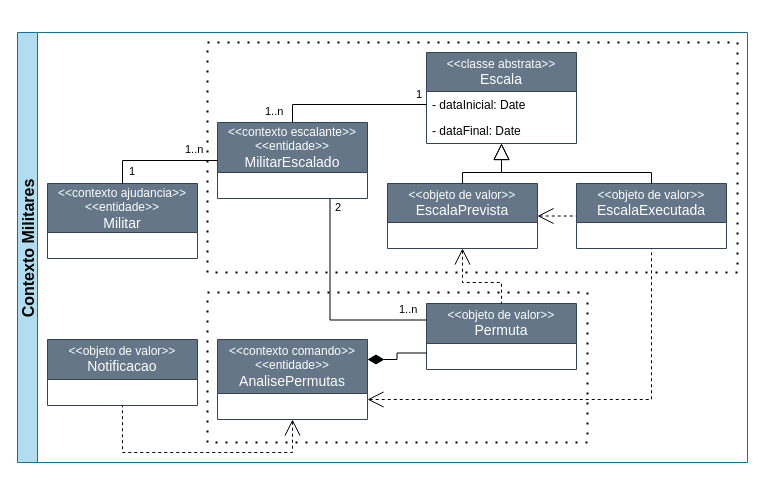
Before: docs/diagramas/drawio/DiagramaUMLMilitares.drawio in joaoAaf/escalante-ddd, a draw.io diagram. Source tidied: cells renumbered, new cells numbered last; positions are measured from the earlier drawing's top-left corner, leaving out a move shared by most shapes. Both pictures are drawn from the tidied source at 100%, with x=0, y=0 at pixel (17, 32).
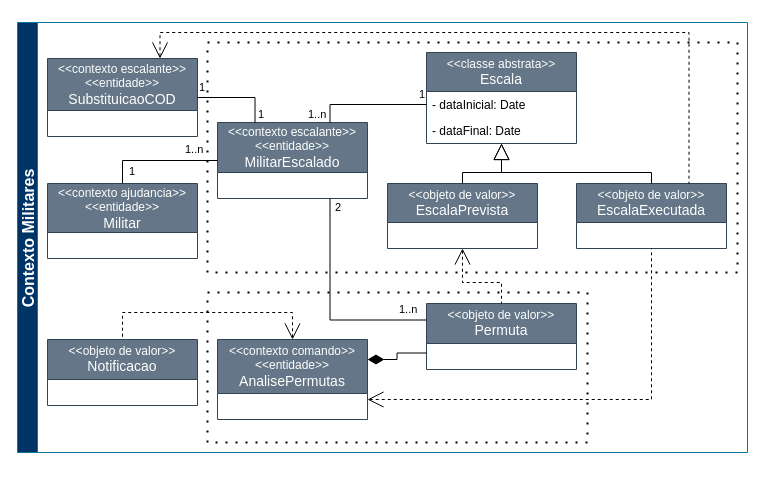
Above is the later version.

The change refers to these unchanged cells:
```xml
<mxCell id="4" value="&lt;div&gt;&lt;div&gt;&lt;div&gt;&amp;lt;&amp;lt;contexto escalante&amp;gt;&amp;gt;&lt;/div&gt;&lt;/div&gt;&lt;/div&gt;&lt;div&gt;&lt;div&gt;&amp;lt;&amp;lt;entidade&amp;gt;&amp;gt;&lt;/div&gt;&lt;/div&gt;&lt;div&gt;&lt;font style=&quot;font-size: 14px;&quot;&gt;MilitarEscalado&lt;/font&gt;&lt;/div&gt;" style="swimlane;fontStyle=0;horizontal=1;startSize=50;fillColor=#647687;whiteSpace=wrap;html=1;fontColor=#ffffff;strokeColor=#314354;" parent="1" vertex="1">
  <mxGeometry x="200" y="90" width="150" height="76" as="geometry" />
</mxCell>
<mxCell id="5" value="&lt;div&gt;&amp;lt;&amp;lt;objeto de valor&amp;gt;&amp;gt;&lt;br&gt;&lt;font style=&quot;font-size: 14px;&quot;&gt;EscalaPrevista&lt;/font&gt;&lt;/div&gt;" style="swimlane;fontStyle=0;horizontal=1;startSize=39;fillColor=#647687;whiteSpace=wrap;html=1;fontColor=#ffffff;strokeColor=#314354;" parent="1" vertex="1">
  <mxGeometry x="370" y="151" width="150" height="65" as="geometry" />
</mxCell>
<mxCell id="11" value="&lt;div&gt;&amp;lt;&amp;lt;objeto de valor&amp;gt;&amp;gt;&lt;br&gt;&lt;font style=&quot;font-size: 14px;&quot;&gt;EscalaExecutada&lt;/font&gt;&lt;/div&gt;" style="swimlane;fontStyle=0;horizontal=1;startSize=39;fillColor=#647687;whiteSpace=wrap;html=1;fontColor=#ffffff;strokeColor=#314354;" parent="1" vertex="1">
  <mxGeometry x="559" y="151" width="150" height="65" as="geometry" />
</mxCell>
<mxCell id="17" value="&lt;div&gt;&lt;div&gt;&lt;div&gt;&lt;div&gt;&amp;lt;&amp;lt;contexto comando&amp;gt;&amp;gt;&lt;/div&gt;&lt;/div&gt;&lt;/div&gt;&lt;/div&gt;&lt;div&gt;&amp;lt;&amp;lt;entidade&amp;gt;&amp;gt;&lt;br&gt;&lt;font style=&quot;font-size: 14px;&quot;&gt;AnalisePermutas&lt;/font&gt;&lt;/div&gt;" style="swimlane;fontStyle=0;horizontal=1;startSize=54;fillColor=#647687;whiteSpace=wrap;html=1;fontColor=#ffffff;strokeColor=#314354;" parent="1" vertex="1">
  <mxGeometry x="200" y="307" width="150" height="80" as="geometry" />
</mxCell>
<mxCell id="19" value="- dataInicial: Date" style="text;strokeColor=none;fillColor=none;align=left;verticalAlign=top;spacingLeft=4;spacingRight=4;overflow=hidden;points=[[0,0.5],[1,0.5]];portConstraint=eastwest;whiteSpace=wrap;html=1;" parent="18" vertex="1">
  <mxGeometry y="39" width="150" height="26" as="geometry" />
</mxCell>
<mxCell id="26" value="&lt;div&gt;&amp;lt;&amp;lt;objeto de valor&amp;gt;&amp;gt;&lt;br&gt;&lt;font style=&quot;font-size: 14px;&quot;&gt;Notificacao&lt;/font&gt;&lt;/div&gt;" style="swimlane;fontStyle=0;horizontal=1;startSize=40;fillColor=#647687;whiteSpace=wrap;html=1;fontColor=#ffffff;strokeColor=#314354;" parent="1" vertex="1">
  <mxGeometry x="30" y="307" width="150" height="66" as="geometry" />
</mxCell>
```

The edit, as a diff of the source:
```diff
@@
-    <mxCell id="12" value="Contexto Militares" style="swimlane;startSize=20;horizontal=0;horizontalTree=1;sortEdges=1;containerType=tree;fontSize=16;fillColor=#b1ddf0;strokeColor=#10739e;" parent="1" vertex="1">
-      <mxGeometry width="730" height="430" as="geometry" />
+    <mxCell id="12" value="Contexto Militares" style="swimlane;startSize=20;horizontal=0;horizontalTree=1;sortEdges=1;containerType=tree;fontSize=16;fillColor=#003366;strokeColor=#10739e;fontColor=#FFFFFF;" parent="1" vertex="1">
+      <mxGeometry y="-10" width="730" height="430" as="geometry" />
     </mxCell>
@@
-    <mxCell id="23" style="endArrow=none;html=1;endSize=12;startArrow=none;startSize=14;startFill=0;edgeStyle=orthogonalEdgeStyle;rounded=0;exitX=0.5;exitY=0;exitDx=0;exitDy=0;entryX=0;entryY=0.5;entryDx=0;entryDy=0;" parent="1" edge="1" source="4" target="19">
+    <mxCell id="23" style="endArrow=none;html=1;endSize=12;startArrow=none;startSize=14;startFill=0;edgeStyle=orthogonalEdgeStyle;rounded=0;exitX=0.75;exitY=0;exitDx=0;exitDy=0;entryX=0;entryY=0.5;entryDx=0;entryDy=0;" parent="1" edge="1" source="4" target="19">
       <mxGeometry relative="1" as="geometry" />
     </mxCell>
     <mxCell id="24" value="&lt;div&gt;1..n&lt;/div&gt;" style="edgeLabel;html=1;align=left;verticalAlign=top;" parent="23" vertex="1">
       <mxGeometry x="-1" relative="1" as="geometry">
-        <mxPoint x="-29" y="-24" as="offset" />
+        <mxPoint x="-24" y="-21" as="offset" />
       </mxGeometry>
     </mxCell>
     <mxCell id="25" value="1" style="edgeLabel;html=1;align=right;verticalAlign=top;" parent="23" vertex="1">
       <mxGeometry x="1" relative="1" as="geometry">
-        <mxPoint x="-4" y="-23" as="offset" />
+        <mxPoint x="-2" y="-23" as="offset" />
       </mxGeometry>
     </mxCell>
@@
-    <mxCell id="27" style="endArrow=none;html=1;endSize=12;startArrow=open;startSize=14;startFill=0;edgeStyle=orthogonalEdgeStyle;rounded=0;entryX=0.5;entryY=1;entryDx=0;entryDy=0;dashed=1;exitX=0.5;exitY=1;exitDx=0;exitDy=0;" parent="1" edge="1" source="17" target="26">
+    <mxCell id="27" style="endArrow=none;html=1;endSize=12;startArrow=open;startSize=14;startFill=0;edgeStyle=orthogonalEdgeStyle;rounded=0;entryX=0.5;entryY=0;entryDx=0;entryDy=0;dashed=1;exitX=0.5;exitY=0;exitDx=0;exitDy=0;" parent="1" edge="1" source="17" target="26">
       <mxGeometry relative="1" as="geometry">
         <Array as="points">
-          <mxPoint x="275" y="420" />
-          <mxPoint x="105" y="420" />
+          <mxPoint x="275" y="280" />
+          <mxPoint x="105" y="280" />
         </Array>
       </mxGeometry>
     </mxCell>
@@
-    <mxCell id="29" style="endArrow=none;html=1;endSize=12;startArrow=open;startSize=14;startFill=0;edgeStyle=orthogonalEdgeStyle;rounded=0;entryX=0;entryY=0.5;entryDx=0;entryDy=0;dashed=1;exitX=1;exitY=0.5;exitDx=0;exitDy=0;" parent="1" edge="1" source="5" target="11">
-      <mxGeometry relative="1" as="geometry" />
-    </mxCell>
@@
+    <mxCell id="31" value="&lt;div&gt;&lt;div&gt;&amp;lt;&amp;lt;contexto escalante&amp;gt;&amp;gt;&lt;/div&gt;&lt;div&gt;&lt;/div&gt;&lt;div&gt;&amp;lt;&amp;lt;entidade&amp;gt;&amp;gt;&lt;/div&gt;&lt;div&gt;&lt;span style=&quot;font-size: 14px;&quot;&gt;SubstituicaoCOD&lt;/span&gt;&lt;/div&gt;&lt;/div&gt;" style="swimlane;fontStyle=0;horizontal=1;startSize=52;fillColor=#647687;whiteSpace=wrap;html=1;fontColor=#ffffff;strokeColor=#314354;" parent="1" vertex="1">
+      <mxGeometry x="30" y="26" width="150" height="78" as="geometry" />
+    </mxCell>
+    <mxCell id="32" style="endArrow=none;html=1;endSize=12;startArrow=none;startSize=14;startFill=0;edgeStyle=orthogonalEdgeStyle;rounded=0;exitX=0.25;exitY=0;exitDx=0;exitDy=0;entryX=1;entryY=0.5;entryDx=0;entryDy=0;" parent="1" edge="1" source="4" target="31">
+      <mxGeometry relative="1" as="geometry" />
+    </mxCell>
+    <mxCell id="33" value="&lt;div&gt;1&lt;/div&gt;" style="edgeLabel;html=1;align=left;verticalAlign=top;" parent="32" vertex="1">
+      <mxGeometry x="-1" relative="1" as="geometry">
+        <mxPoint x="1" y="-21" as="offset" />
+      </mxGeometry>
+    </mxCell>
+    <mxCell id="34" value="1" style="edgeLabel;html=1;align=right;verticalAlign=top;" parent="32" vertex="1">
+      <mxGeometry x="1" relative="1" as="geometry">
+        <mxPoint x="8" y="-23" as="offset" />
+      </mxGeometry>
+    </mxCell>
+    <mxCell id="35" style="endArrow=none;html=1;endSize=12;startArrow=open;startSize=14;startFill=0;edgeStyle=orthogonalEdgeStyle;rounded=0;entryX=0.75;entryY=0;entryDx=0;entryDy=0;dashed=1;exitX=0.75;exitY=0;exitDx=0;exitDy=0;" parent="1" edge="1" source="31" target="11">
+      <mxGeometry relative="1" as="geometry">
+        <Array as="points">
+          <mxPoint x="142" />
+          <mxPoint x="672" />
+        </Array>
+      </mxGeometry>
+    </mxCell>
```
